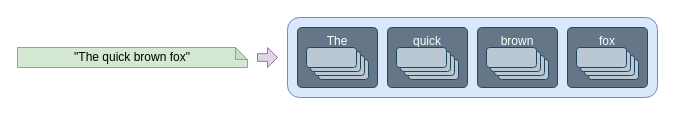
Above: book/images/intro/input-tokens.drawio in yshavit/llm-notes (draw.io), before the change. Source tidied: cells renumbered, new cells numbered last; positions are measured from the earlier drawing's top-left corner, leaving out a move shared by most shapes. Both pictures are drawn from the tidied source at 100%, with x=0, y=0 at pixel (17, 17).
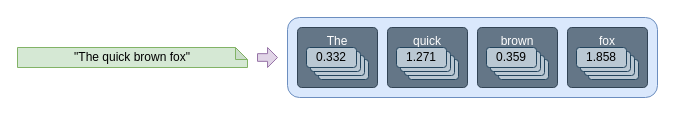
The same diagram, later.

The change refers to these unchanged cells:
```xml
<mxCell id="6" style="group;" parent="4" vertex="1">
  <mxGeometry x="9" y="20" width="62" height="32" as="geometry" />
</mxCell>
<mxCell id="13" style="group;" parent="11" vertex="1">
  <mxGeometry x="9" y="20" width="62" height="32" as="geometry" />
</mxCell>
<mxCell id="20" style="group;" parent="18" vertex="1">
  <mxGeometry x="9" y="20" width="62" height="32" as="geometry" />
</mxCell>
<mxCell id="27" style="group;" parent="25" vertex="1">
  <mxGeometry x="9" y="20" width="62" height="32" as="geometry" />
</mxCell>
```

What changed in the source:
```diff
@@
-    <mxCell id="10" style="rounded=1;whiteSpace=wrap;html=1;fillColor=#bac8d3;strokeColor=#23445d;" parent="6" vertex="1">
+    <mxCell id="10" value="0.359" style="rounded=1;whiteSpace=wrap;html=1;fillColor=#bac8d3;strokeColor=#23445d;" parent="6" vertex="1">
       <mxGeometry width="50" height="20" as="geometry" />
     </mxCell>
@@
-    <mxCell id="17" style="rounded=1;whiteSpace=wrap;html=1;fillColor=#bac8d3;strokeColor=#23445d;" parent="13" vertex="1">
+    <mxCell id="17" value="1.858" style="rounded=1;whiteSpace=wrap;html=1;fillColor=#bac8d3;strokeColor=#23445d;" parent="13" vertex="1">
       <mxGeometry width="50" height="20" as="geometry" />
     </mxCell>
@@
-    <mxCell id="24" style="rounded=1;whiteSpace=wrap;html=1;fillColor=#bac8d3;strokeColor=#23445d;" parent="20" vertex="1">
+    <mxCell id="24" value="1.271" style="rounded=1;whiteSpace=wrap;html=1;fillColor=#bac8d3;strokeColor=#23445d;" parent="20" vertex="1">
       <mxGeometry width="50" height="20" as="geometry" />
     </mxCell>
@@
-    <mxCell id="31" style="rounded=1;whiteSpace=wrap;html=1;fillColor=#bac8d3;strokeColor=#23445d;" parent="27" vertex="1">
+    <mxCell id="31" value="0.332" style="rounded=1;whiteSpace=wrap;html=1;fillColor=#bac8d3;strokeColor=#23445d;" parent="27" vertex="1">
       <mxGeometry width="50" height="20" as="geometry" />
     </mxCell>
```
